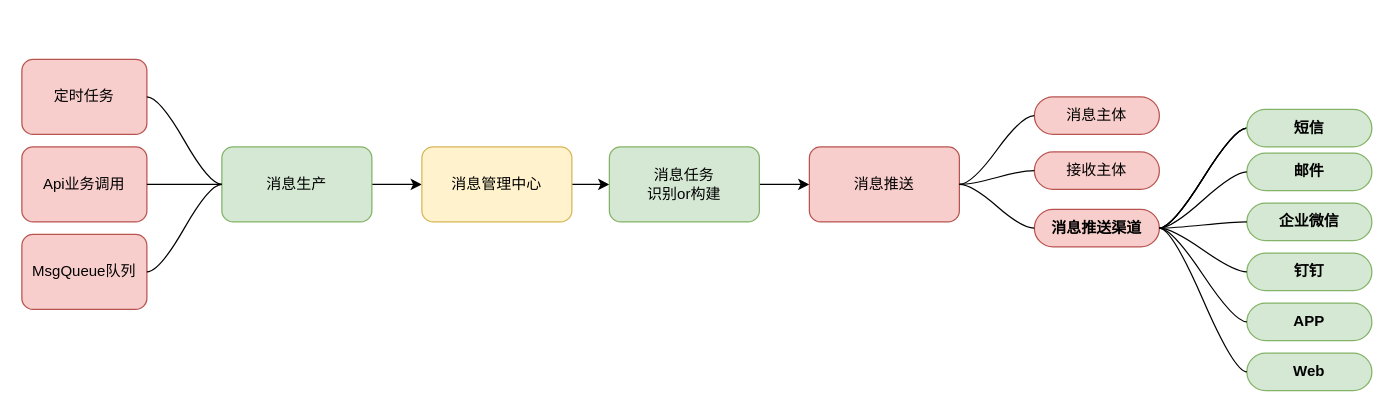
Earlier version of the draw.io diagram 星辰消息中心.drawio (Mark-LoveFootball/mind). Source tidied: cells renumbered, new cells numbered last; positions are measured from the earlier drawing's top-left corner, leaving out a move shared by most shapes. Both pictures are drawn from the tidied source at 125%, with x=0, y=0 at pixel (21, 59).
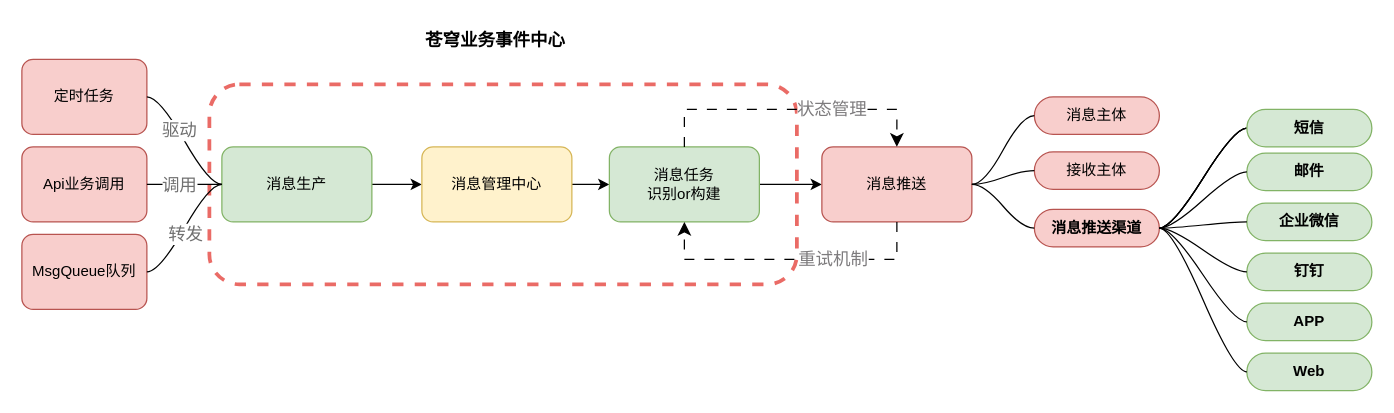
Above is the later version.

Commit message (it also covers changes not shown here):
更新星辰消息中心.drawio

Unchanged cells that the change refers to:
```xml
<mxCell id="7" value="消息任务&lt;br&gt;识别or构建" style="whiteSpace=wrap;html=1;rounded=1;fillColor=#d5e8d4;strokeColor=#82b366;" parent="1" vertex="1">
  <mxGeometry x="470" y="70" width="120" height="60" as="geometry" />
</mxCell>
<mxCell id="27" style="edgeStyle=entityRelationEdgeStyle;startArrow=none;endArrow=none;segment=10;curved=1;sourcePerimeterSpacing=0;targetPerimeterSpacing=0;rounded=0;entryX=0;entryY=0.5;entryDx=0;entryDy=0;exitX=1;exitY=0.5;exitDx=0;exitDy=0;" parent="1" edge="1" source="26" target="3">
  <mxGeometry relative="1" as="geometry" />
</mxCell>
<mxCell id="28" style="edgeStyle=entityRelationEdgeStyle;startArrow=none;endArrow=none;segment=10;curved=1;sourcePerimeterSpacing=0;targetPerimeterSpacing=0;rounded=0;entryX=0;entryY=0.5;entryDx=0;entryDy=0;exitX=1;exitY=0.5;exitDx=0;exitDy=0;" parent="1" edge="1" source="25" target="3">
  <mxGeometry relative="1" as="geometry" />
</mxCell>
<mxCell id="29" style="edgeStyle=entityRelationEdgeStyle;startArrow=none;endArrow=none;segment=10;curved=1;sourcePerimeterSpacing=0;targetPerimeterSpacing=0;rounded=0;exitX=1;exitY=0.5;exitDx=0;exitDy=0;" parent="1" edge="1" source="24">
  <mxGeometry relative="1" as="geometry">
    <mxPoint x="160" y="100" as="targetPoint" />
  </mxGeometry>
</mxCell>
```

Change to the diagram source:
```diff
@@
+    <mxCell id="35" style="rounded=1;whiteSpace=wrap;html=1;dashed=1;fillColor=none;strokeColor=#EA6B66;strokeWidth=3;" parent="1" vertex="1">
+      <mxGeometry x="150" y="20" width="470" height="160" as="geometry" />
+    </mxCell>
@@
     <mxCell id="8" value="消息推送" style="whiteSpace=wrap;html=1;rounded=1;fillColor=#f8cecc;strokeColor=#b85450;" parent="1" vertex="1">
-      <mxGeometry x="630" y="70" width="120" height="60" as="geometry" />
+      <mxGeometry x="640" y="70" width="120" height="60" as="geometry" />
     </mxCell>
@@
+    <mxCell id="36" value="转发" style="edgeLabel;html=1;align=center;verticalAlign=middle;fontSize=14;fontColor=#707070;" parent="27" vertex="1">
+      <mxGeometry x="-0.06" y="-3" relative="1" as="geometry" />
+    </mxCell>
@@
+    <mxCell id="37" value="调用" style="edgeLabel;html=1;align=center;verticalAlign=middle;fontSize=14;fontColor=#707070;" parent="28" vertex="1">
+      <mxGeometry x="-0.17" relative="1" as="geometry" />
+    </mxCell>
@@
+    <mxCell id="38" value="驱动" style="edgeLabel;html=1;align=center;verticalAlign=middle;fontSize=14;fontColor=#707070;" parent="29" vertex="1">
+      <mxGeometry x="-0.19" relative="1" as="geometry" />
+    </mxCell>
@@
+    <mxCell id="39" value="苍穹业务事件中心" style="text;html=1;strokeColor=none;fillColor=none;align=center;verticalAlign=middle;whiteSpace=wrap;rounded=0;fontStyle=1;fontSize=14;" parent="1" vertex="1">
+      <mxGeometry x="294" y="-30" width="170" height="30" as="geometry" />
+    </mxCell>
+    <mxCell id="40" style="edgeStyle=elbowEdgeStyle;elbow=horizontal;endArrow=classic;html=1;curved=0;rounded=0;endSize=8;startSize=8;dashed=1;dashPattern=8 8;fontSize=14;exitX=0.5;exitY=0;exitDx=0;exitDy=0;entryX=0.5;entryY=0;entryDx=0;entryDy=0;" parent="1" edge="1" source="7" target="8">
+      <mxGeometry relative="1" as="geometry">
+        <Array as="points">
+          <mxPoint x="620" y="40" />
+        </Array>
+      </mxGeometry>
+    </mxCell>
+    <mxCell id="41" value="状态管理" style="edgeLabel;html=1;align=center;verticalAlign=middle;fontSize=14;fontColor=#7D7B7D;" parent="40" vertex="1">
+      <mxGeometry x="0.28" y="1" relative="1" as="geometry" />
+    </mxCell>
+    <mxCell id="42" style="edgeStyle=elbowEdgeStyle;elbow=horizontal;endArrow=classic;html=1;curved=0;rounded=0;endSize=8;startSize=8;dashed=1;dashPattern=8 8;fontSize=14;exitX=0.5;exitY=1;exitDx=0;exitDy=0;entryX=0.5;entryY=1;entryDx=0;entryDy=0;" parent="1" edge="1" source="8" target="7">
+      <mxGeometry relative="1" as="geometry">
+        <Array as="points">
+          <mxPoint x="610" y="160" />
+        </Array>
+      </mxGeometry>
+    </mxCell>
+    <mxCell id="43" value="重试机制" style="edgeLabel;html=1;align=center;verticalAlign=middle;fontSize=14;fontColor=#7D7B7D;" parent="42" vertex="1">
+      <mxGeometry x="-0.29" y="-1" relative="1" as="geometry" />
+    </mxCell>
```
